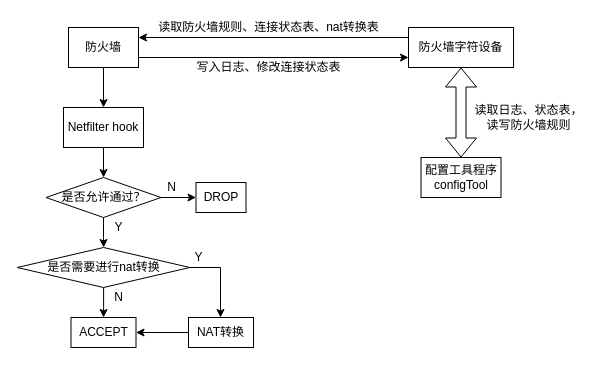
Before: 网络安全课程设计/Untitled Diagram.drawio in AgentGuo/flow_chart, a draw.io diagram. Source tidied: cells renumbered, new cells numbered last; positions are measured from the earlier drawing's top-left corner, leaving out a move shared by most shapes. Both pictures are drawn from the tidied source at 100%, with x=0, y=0 at pixel (17, 17).
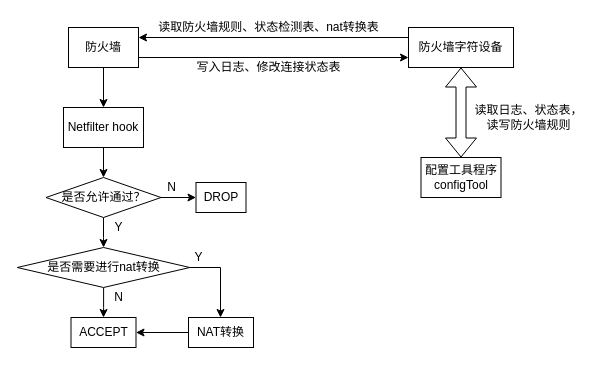
Above is the later version.

Diff of the diagram source:
```diff
@@
-    <mxCell id="7" value="读取防火墙规则、连接状态表、nat转换表" style="text;html=1;align=center;verticalAlign=middle;strokeColor=none;fillColor=none;" parent="1" vertex="1">
+    <mxCell id="7" value="读取防火墙规则、状态检测表、nat转换表" style="text;html=1;align=center;verticalAlign=middle;strokeColor=none;fillColor=none;" parent="1" vertex="1">
       <mxGeometry x="131" width="240" height="20" as="geometry" />
     </mxCell>
```
